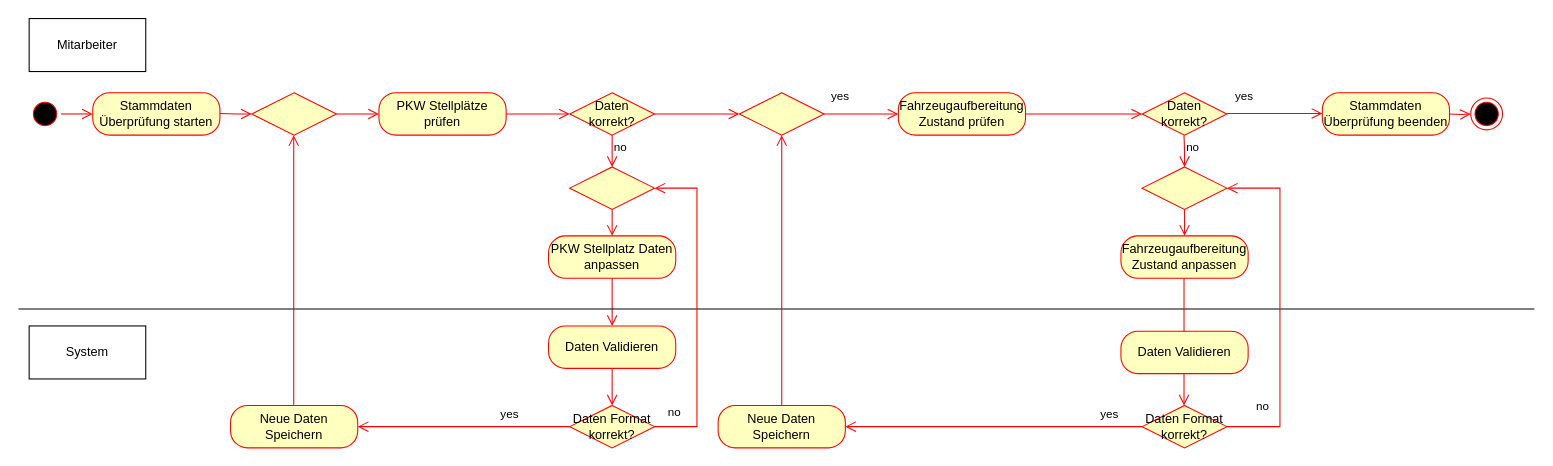
Earlier version of the draw.io diagram E1 - Jan/E1 - Aktivitätsdiagramm.drawio (JanUwU42/SoftwareEngineeringProjektarbeit). Source tidied: cells renumbered, new cells numbered last; positions are measured from the earlier drawing's top-left corner, leaving out a move shared by most shapes. Both pictures are drawn from the tidied source at 106%, with x=0, y=0 at pixel (18, 18).
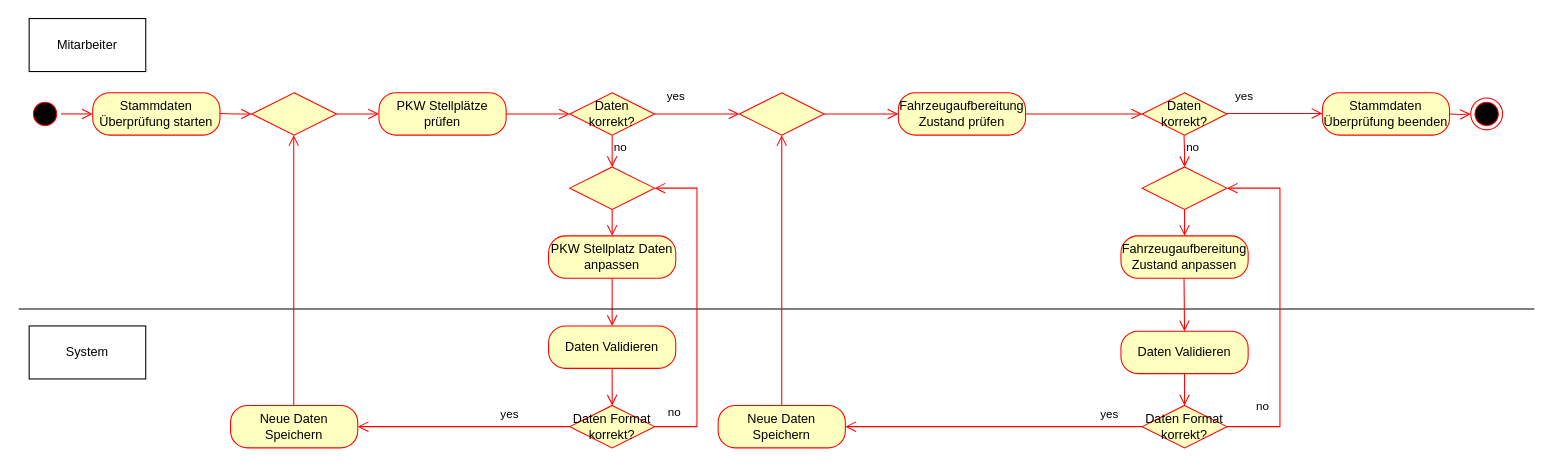
Above is the later version.

The change refers to these unchanged cells:
```xml
<mxCell id="17" value="Fahrzeugaufbereitung Zustand prüfen" style="rounded=1;whiteSpace=wrap;html=1;arcSize=40;fontColor=#000000;fillColor=#ffffc0;strokeColor=#ff0000;" parent="1" vertex="1">
  <mxGeometry x="830" y="70" width="120" height="40" as="geometry" />
</mxCell>
<mxCell id="26" value="Daten Validieren" style="rounded=1;whiteSpace=wrap;html=1;arcSize=40;fontColor=#000000;fillColor=#ffffc0;strokeColor=#ff0000;" parent="1" vertex="1">
  <mxGeometry x="1040" y="295" width="120" height="40" as="geometry" />
</mxCell>
<mxCell id="35" value="Daten Format korrekt?" style="rhombus;whiteSpace=wrap;html=1;fontColor=#000000;fillColor=#ffffc0;strokeColor=#ff0000;" parent="1" vertex="1">
  <mxGeometry x="1060" y="365" width="80" height="40" as="geometry" />
</mxCell>
<mxCell id="46" style="rhombus;whiteSpace=wrap;html=1;fontColor=#000000;fillColor=#ffffc0;strokeColor=#ff0000;" parent="1" vertex="1">
  <mxGeometry x="680" y="70" width="80" height="40" as="geometry" />
</mxCell>
```

Diff of the diagram source:
```diff
@@
     <mxCell id="10" value="yes" style="edgeStyle=orthogonalEdgeStyle;html=1;align=left;verticalAlign=top;endArrow=open;endSize=8;strokeColor=#ff0000;rounded=0;exitX=1;exitY=0.5;exitDx=0;exitDy=0;entryX=0;entryY=0.5;entryDx=0;entryDy=0;" parent="1" edge="1" source="46" target="17">
-      <mxGeometry x="-0.86" y="30" relative="1" as="geometry" />
+      <mxGeometry x="-1" y="153" relative="1" as="geometry">
+        <mxPoint x="-150" y="123" as="offset" />
+      </mxGeometry>
     </mxCell>
@@
-    <mxCell id="25" style="edgeStyle=orthogonalEdgeStyle;html=1;verticalAlign=bottom;endArrow=open;endSize=8;strokeColor=#ff0000;rounded=0;exitX=0.5;exitY=1;exitDx=0;exitDy=0;entryX=0.5;entryY=0;entryDx=0;entryDy=0;" parent="1" edge="1">
+    <mxCell id="25" style="edgeStyle=orthogonalEdgeStyle;html=1;verticalAlign=bottom;endArrow=open;endSize=8;strokeColor=#ff0000;rounded=0;exitX=0.5;exitY=1;exitDx=0;exitDy=0;entryX=0.5;entryY=0;entryDx=0;entryDy=0;" parent="1" edge="1" target="26">
       <mxGeometry relative="1" as="geometry">
         <mxPoint x="1099.5" y="245" as="sourcePoint" />
-        <mxPoint x="1099.5" y="365" as="targetPoint" />
       </mxGeometry>
     </mxCell>
@@
+    <mxCell id="47" style="edgeStyle=orthogonalEdgeStyle;html=1;verticalAlign=bottom;endArrow=open;endSize=8;strokeColor=#ff0000;rounded=0;exitX=0.5;exitY=1;exitDx=0;exitDy=0;entryX=0.5;entryY=0;entryDx=0;entryDy=0;" parent="1" edge="1" source="26" target="35">
+      <mxGeometry relative="1" as="geometry" />
+    </mxCell>
```
